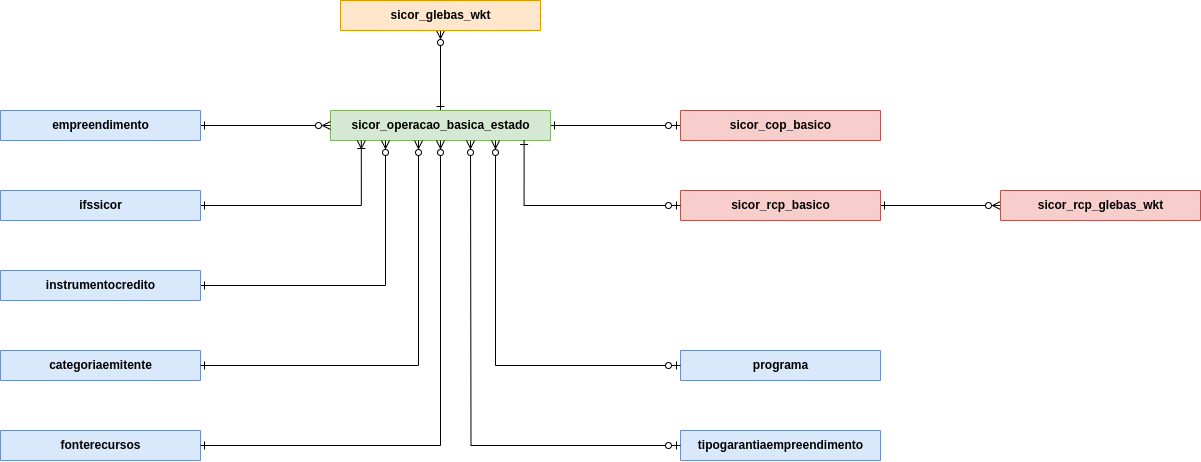
The draw.io diagram _images/modelo-dados-simplificado.png in geo-credito-rural/geo-credito-rural.github.io, before a commit. Source tidied: cells renumbered, new cells last; positions are measured from the earlier drawing's top-left corner, leaving out a move shared by most shapes.
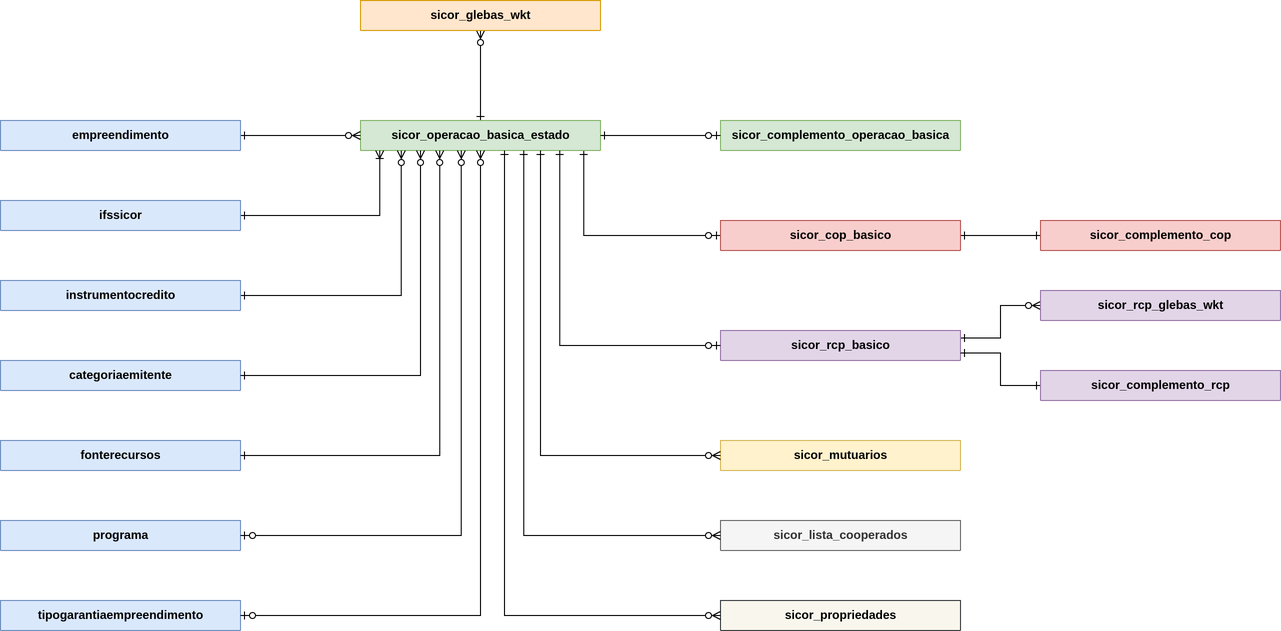
Above is the later version.

What changed in the source:
```diff
@@ -5,74 +5,108 @@
     <mxCell id="2" style="edgeStyle=orthogonalEdgeStyle;rounded=0;jettySize=auto;html=1;endArrow=ERzeroToMany;endFill=0;startArrow=ERone;startFill=0;" parent="1" edge="1" source="4" target="17">
       <mxGeometry relative="1" as="geometry" />
     </mxCell>
-    <mxCell id="3" style="edgeStyle=orthogonalEdgeStyle;rounded=0;jettySize=auto;html=1;exitX=1;exitY=0.5;exitDx=0;exitDy=0;exitPerimeter=0;entryX=0;entryY=0.5;entryDx=0;entryDy=0;endArrow=ERzeroToOne;endFill=0;startArrow=ERone;startFill=0;" parent="1" edge="1" source="4" target="19">
+    <mxCell id="3" style="edgeStyle=orthogonalEdgeStyle;rounded=0;jettySize=auto;html=1;entryX=0;entryY=0.5;entryDx=0;entryDy=0;endArrow=ERzeroToOne;endFill=0;startArrow=ERone;startFill=0;exitX=0.93;exitY=1;exitDx=0;exitDy=0;exitPerimeter=0;" parent="1" edge="1" source="4" target="24">
       <mxGeometry relative="1" as="geometry" />
     </mxCell>
-    <mxCell id="4" value="sicor_operacao_basica_estado" style="shape=table;startSize=30;rowLines=0;fontStyle=1;align=center;html=1;fillColor=#d5e8d4;strokeColor=#82b366;points=[[0,0,0,0,0],[0,0.25,0,0,0],[0,0.5,0,0,0],[0,0.75,0,0,0],[0,1,0,0,0],[0.14,1,0,0,0],[0.25,0,0,0,0],[0.25,1,0,0,0],[0.4,1,0,0,0],[0.5,0,0,0,0],[0.5,1,0,0,0],[0.63,1,0,0,0],[0.75,0,0,0,0],[0.75,1,0,0,0],[0.88,1,0,0,0],[1,0,0,0,0],[1,0.25,0,0,0],[1,0.5,0,0,0],[1,0.75,0,0,0],[1,1,0,0,0]];" parent="1" vertex="1" collapsed="1">
-      <mxGeometry x="330" y="110" width="220" height="30" as="geometry" />
+    <mxCell id="4" value="sicor_operacao_basica_estado" style="shape=table;startSize=30;rowLines=0;fontStyle=1;align=center;html=1;fillColor=#d5e8d4;strokeColor=#82b366;points=[[0,0,0,0,0],[0,0.25,0,0,0],[0,0.5,0,0,0],[0,0.75,0,0,0],[0,1,0,0,0],[0.08,0,0,0,0],[0.08,1,0,0,0],[0.17,0,0,0,0],[0.17,1,0,0,0],[0.25,0,0,0,0],[0.25,1,0,0,0],[0.33,0,0,0,0],[0.33,1,0,0,0],[0.42,0,0,0,0],[0.42,1,0,0,0],[0.5,0,0,0,0],[0.5,1,0,0,0],[0.59,0,0,0,0],[0.6,1,0,0,0],[0.67,0,0,0,0],[0.68,1,0,0,0],[0.75,0,0,0,0],[0.75,1,0,0,0],[0.83,0,0,0,0],[0.83,1,0,0,0],[0.93,0,0,0,0],[0.93,1,0,0,0],[1,0,0,0,0],[1,0.25,0,0,0],[1,0.5,0,0,0],[1,0.75,0,0,0],[1,1,0,0,0]];" parent="1" vertex="1" collapsed="1">
+      <mxGeometry x="320" y="110" width="240" height="30" as="geometry" />
     </mxCell>
     <mxCell id="5" value="ifssicor" style="shape=table;startSize=30;rowLines=0;fontStyle=1;align=center;html=1;fillColor=#dae8fc;strokeColor=#6c8ebf;" parent="1" vertex="1" collapsed="1">
-      <mxGeometry y="190" width="200" height="30" as="geometry" />
+      <mxGeometry x="-40" y="190" width="240" height="30" as="geometry" />
     </mxCell>
     <mxCell id="6" style="edgeStyle=orthogonalEdgeStyle;rounded=0;jettySize=auto;html=1;entryX=0;entryY=0.5;entryDx=0;entryDy=0;endArrow=ERzeroToMany;endFill=0;startArrow=ERone;startFill=0;" parent="1" edge="1" source="7" target="4">
       <mxGeometry relative="1" as="geometry" />
     </mxCell>
     <mxCell id="7" value="empreendimento" style="shape=table;startSize=30;rowLines=0;fontStyle=1;align=center;html=1;fillColor=#dae8fc;strokeColor=#6c8ebf;" parent="1" vertex="1" collapsed="1">
-      <mxGeometry y="110" width="200" height="30" as="geometry" />
+      <mxGeometry x="-40" y="110" width="240" height="30" as="geometry" />
     </mxCell>
-    <mxCell id="8" style="edgeStyle=orthogonalEdgeStyle;rounded=0;jettySize=auto;html=1;exitX=1;exitY=0.5;exitDx=0;exitDy=0;entryX=0.25;entryY=1;entryDx=0;entryDy=0;endArrow=ERzeroToMany;endFill=0;startArrow=ERone;startFill=0;entryPerimeter=0;" parent="1" edge="1" source="9" target="4">
+    <mxCell id="8" style="edgeStyle=orthogonalEdgeStyle;rounded=0;jettySize=auto;html=1;exitX=1;exitY=0.5;exitDx=0;exitDy=0;entryX=0.17;entryY=1;entryDx=0;entryDy=0;endArrow=ERzeroToMany;endFill=0;startArrow=ERone;startFill=0;entryPerimeter=0;" parent="1" edge="1" source="9" target="4">
       <mxGeometry relative="1" as="geometry" />
     </mxCell>
     <mxCell id="9" value="instrumentocredito" style="shape=table;startSize=30;rowLines=0;fontStyle=1;align=center;html=1;fillColor=#dae8fc;strokeColor=#6c8ebf;" parent="1" vertex="1" collapsed="1">
-      <mxGeometry y="270" width="200" height="30" as="geometry" />
+      <mxGeometry x="-40" y="270" width="240" height="30" as="geometry" />
     </mxCell>
     <mxCell id="10" value="categoriaemitente" style="shape=table;startSize=30;rowLines=0;fontStyle=1;align=center;html=1;fillColor=#dae8fc;strokeColor=#6c8ebf;" parent="1" vertex="1" collapsed="1">
-      <mxGeometry y="350" width="200" height="30" as="geometry" />
+      <mxGeometry x="-40" y="350" width="240" height="30" as="geometry" />
     </mxCell>
-    <mxCell id="11" style="edgeStyle=orthogonalEdgeStyle;rounded=0;jettySize=auto;html=1;exitX=1;exitY=0.5;exitDx=0;exitDy=0;entryX=0.4;entryY=1;entryDx=0;entryDy=0;entryPerimeter=0;startArrow=ERone;startFill=0;endArrow=ERzeroToMany;endFill=0;" parent="1" edge="1" source="10" target="4">
+    <mxCell id="11" style="edgeStyle=orthogonalEdgeStyle;rounded=0;jettySize=auto;html=1;exitX=1;exitY=0.5;exitDx=0;exitDy=0;entryX=0.25;entryY=1;entryDx=0;entryDy=0;entryPerimeter=0;startArrow=ERone;startFill=0;endArrow=ERzeroToMany;endFill=0;" parent="1" edge="1" source="10" target="4">
       <mxGeometry relative="1" as="geometry" />
     </mxCell>
     <mxCell id="12" value="fonterecursos" style="shape=table;startSize=30;rowLines=0;fontStyle=1;align=center;html=1;fillColor=#dae8fc;strokeColor=#6c8ebf;" parent="1" vertex="1" collapsed="1">
-      <mxGeometry y="430" width="200" height="30" as="geometry" />
+      <mxGeometry x="-40" y="430" width="240" height="30" as="geometry" />
     </mxCell>
-    <mxCell id="13" style="edgeStyle=orthogonalEdgeStyle;rounded=0;jettySize=auto;html=1;exitX=1;exitY=0.5;exitDx=0;exitDy=0;startArrow=ERone;startFill=0;endArrow=ERzeroToMany;endFill=0;entryX=0.5;entryY=1;entryDx=0;entryDy=0;entryPerimeter=0;" parent="1" edge="1" source="12" target="4">
+    <mxCell id="13" style="edgeStyle=orthogonalEdgeStyle;rounded=0;jettySize=auto;html=1;exitX=1;exitY=0.5;exitDx=0;exitDy=0;startArrow=ERone;startFill=0;endArrow=ERzeroToMany;endFill=0;entryX=0.33;entryY=1;entryDx=0;entryDy=0;entryPerimeter=0;" parent="1" edge="1" source="12" target="4">
       <mxGeometry relative="1" as="geometry">
         <Array as="points">
-          <mxPoint x="440" y="445" />
+          <mxPoint x="399" y="445" />
         </Array>
       </mxGeometry>
     </mxCell>
     <mxCell id="14" value="tipogarantiaempreendimento" style="shape=table;startSize=30;rowLines=0;fontStyle=1;align=center;html=1;fillColor=#dae8fc;strokeColor=#6c8ebf;" parent="1" vertex="1" collapsed="1">
-      <mxGeometry x="680" y="430" width="200" height="30" as="geometry" />
+      <mxGeometry x="-40" y="590" width="240" height="30" as="geometry" />
     </mxCell>
     <mxCell id="15" value="programa" style="shape=table;startSize=30;rowLines=0;fontStyle=1;align=center;html=1;fillColor=#dae8fc;strokeColor=#6c8ebf;" parent="1" vertex="1" collapsed="1">
-      <mxGeometry x="680" y="350" width="200" height="30" as="geometry" />
+      <mxGeometry x="-40" y="510" width="240" height="30" as="geometry" />
     </mxCell>
-    <mxCell id="16" style="edgeStyle=orthogonalEdgeStyle;rounded=0;jettySize=auto;html=1;entryX=0.75;entryY=1;entryDx=0;entryDy=0;entryPerimeter=0;startArrow=ERzeroToOne;startFill=0;endArrow=ERzeroToMany;endFill=0;" parent="1" edge="1" source="15" target="4">
+    <mxCell id="16" style="edgeStyle=orthogonalEdgeStyle;rounded=0;jettySize=auto;html=1;entryX=0.42;entryY=1;entryDx=0;entryDy=0;entryPerimeter=0;startArrow=ERzeroToOne;startFill=0;endArrow=ERzeroToMany;endFill=0;" parent="1" edge="1" source="15" target="4">
       <mxGeometry relative="1" as="geometry" />
     </mxCell>
     <mxCell id="17" value="sicor_glebas_wkt" style="shape=table;startSize=30;rowLines=0;fontStyle=1;align=center;html=1;fillColor=#ffe6cc;strokeColor=#d79b00;" parent="1" vertex="1" collapsed="1">
-      <mxGeometry x="340" width="200" height="30" as="geometry" />
+      <mxGeometry x="320" y="-10" width="240" height="30" as="geometry" />
     </mxCell>
-    <mxCell id="18" style="edgeStyle=orthogonalEdgeStyle;rounded=0;jettySize=auto;html=1;startArrow=ERzeroToOne;startFill=0;endArrow=ERzeroToMany;endFill=0;" parent="1" edge="1" source="14">
-      <mxGeometry relative="1" as="geometry">
-        <mxPoint x="470" y="140" as="targetPoint" />
-      </mxGeometry>
+    <mxCell id="18" style="edgeStyle=orthogonalEdgeStyle;rounded=0;jettySize=auto;html=1;startArrow=ERzeroToOne;startFill=0;endArrow=ERzeroToMany;endFill=0;entryX=0.5;entryY=1;entryDx=0;entryDy=0;entryPerimeter=0;" parent="1" edge="1" source="14" target="4">
+      <mxGeometry relative="1" as="geometry" />
     </mxCell>
-    <mxCell id="19" value="sicor_cop_basico" style="shape=table;startSize=30;rowLines=0;fontStyle=1;align=center;html=1;fillColor=#f8cecc;strokeColor=#b85450;" parent="1" vertex="1" collapsed="1">
-      <mxGeometry x="680" y="110" width="200" height="30" as="geometry" />
+    <mxCell id="19" style="edgeStyle=orthogonalEdgeStyle;rounded=0;jettySize=auto;html=1;exitX=1;exitY=0.5;exitDx=0;exitDy=0;entryX=0;entryY=0.5;entryDx=0;entryDy=0;startArrow=ERone;startFill=0;endArrow=ERone;endFill=0;" parent="1" edge="1" source="24" target="29">
+      <mxGeometry relative="1" as="geometry" />
     </mxCell>
-    <mxCell id="20" style="edgeStyle=orthogonalEdgeStyle;rounded=0;jettySize=auto;html=1;exitX=1;exitY=0.5;exitDx=0;exitDy=0;entryX=0;entryY=0.5;entryDx=0;entryDy=0;startArrow=ERone;startFill=0;endArrow=ERzeroToMany;endFill=0;" parent="1" edge="1" source="21" target="22">
-      <mxGeometry relative="1" as="geometry" />
-    </mxCell>
+    <mxCell id="24" value="sicor_cop_basico" style="shape=table;startSize=30;rowLines=0;fontStyle=1;align=center;html=1;fillColor=#f8cecc;strokeColor=#b85450;" parent="1" vertex="1" collapsed="1">
+      <mxGeometry x="680" y="210" width="240" height="30" as="geometry" />
+    </mxCell>
-    <mxCell id="21" value="sicor_rcp_basico" style="shape=table;startSize=30;rowLines=0;fontStyle=1;align=center;html=1;fillColor=#f8cecc;strokeColor=#b85450;" parent="1" vertex="1" collapsed="1">
-      <mxGeometry x="680" y="190" width="200" height="30" as="geometry" />
+    <mxCell id="21" style="edgeStyle=orthogonalEdgeStyle;rounded=0;jettySize=auto;html=1;exitX=1;exitY=0.25;exitDx=0;exitDy=0;entryX=0;entryY=0.5;entryDx=0;entryDy=0;startArrow=ERone;startFill=0;endArrow=ERzeroToMany;endFill=0;" parent="1" edge="1" source="25" target="22">
+      <mxGeometry relative="1" as="geometry" />
     </mxCell>
+    <mxCell id="25" value="sicor_rcp_basico" style="shape=table;startSize=30;rowLines=0;fontStyle=1;align=center;html=1;fillColor=#e1d5e7;strokeColor=#9673a6;" parent="1" vertex="1" collapsed="1">
+      <mxGeometry x="680" y="320" width="240" height="30" as="geometry" />
+    </mxCell>
-    <mxCell id="22" value="sicor_rcp_glebas_wkt" style="shape=table;startSize=30;rowLines=0;fontStyle=1;align=center;html=1;fillColor=#f8cecc;strokeColor=#b85450;" parent="1" vertex="1" collapsed="1">
-      <mxGeometry x="1000" y="190" width="200" height="30" as="geometry" />
+    <mxCell id="22" value="sicor_rcp_glebas_wkt" style="shape=table;startSize=30;rowLines=0;fontStyle=1;align=center;html=1;fillColor=#e1d5e7;strokeColor=#9673a6;" parent="1" vertex="1" collapsed="1">
+      <mxGeometry x="1000" y="280" width="240" height="30" as="geometry" />
     </mxCell>
-    <mxCell id="23" style="edgeStyle=orthogonalEdgeStyle;rounded=0;jettySize=auto;html=1;entryX=0.88;entryY=1;entryDx=0;entryDy=0;entryPerimeter=0;endArrow=ERone;endFill=0;startArrow=ERzeroToOne;startFill=0;" parent="1" edge="1" source="21" target="4">
-      <mxGeometry relative="1" as="geometry" />
-    </mxCell>
+    <mxCell id="26" style="edgeStyle=orthogonalEdgeStyle;rounded=0;jettySize=auto;html=1;endArrow=ERone;endFill=0;startArrow=ERzeroToOne;startFill=0;entryX=0.83;entryY=1;entryDx=0;entryDy=0;entryPerimeter=0;" parent="1" edge="1" source="25" target="4">
+      <mxGeometry relative="1" as="geometry" />
+    </mxCell>
+    <mxCell id="27" value="sicor_complemento_operacao_basica" style="shape=table;startSize=30;rowLines=0;fontStyle=1;align=center;html=1;fillColor=#d5e8d4;strokeColor=#82b366;points=[[0,0,0,0,0],[0,0.25,0,0,0],[0,0.5,0,0,0],[0,0.75,0,0,0],[0,1,0,0,0],[0.14,1,0,0,0],[0.25,0,0,0,0],[0.25,1,0,0,0],[0.4,1,0,0,0],[0.5,0,0,0,0],[0.5,1,0,0,0],[0.63,1,0,0,0],[0.75,0,0,0,0],[0.75,1,0,0,0],[0.88,1,0,0,0],[1,0,0,0,0],[1,0.25,0,0,0],[1,0.5,0,0,0],[1,0.75,0,0,0],[1,1,0,0,0]];" parent="1" vertex="1" collapsed="1">
+      <mxGeometry x="680" y="110" width="240" height="30" as="geometry" />
+    </mxCell>
+    <mxCell id="28" style="edgeStyle=orthogonalEdgeStyle;rounded=0;jettySize=auto;html=1;exitX=0;exitY=0.5;exitDx=0;exitDy=0;exitPerimeter=0;entryX=1;entryY=0.5;entryDx=0;entryDy=0;entryPerimeter=0;endArrow=ERone;endFill=0;startArrow=ERzeroToOne;startFill=0;" parent="1" edge="1" source="27" target="4">
+      <mxGeometry relative="1" as="geometry" />
+    </mxCell>
+    <mxCell id="29" value="sicor_complemento_cop" style="shape=table;startSize=30;rowLines=0;fontStyle=1;align=center;html=1;fillColor=#f8cecc;strokeColor=#b85450;" parent="1" vertex="1" collapsed="1">
+      <mxGeometry x="1000" y="210" width="240" height="30" as="geometry" />
+    </mxCell>
+    <mxCell id="30" style="edgeStyle=orthogonalEdgeStyle;rounded=0;jettySize=auto;html=1;entryX=1;entryY=0.75;entryDx=0;entryDy=0;endArrow=ERone;endFill=0;startArrow=ERone;startFill=0;" parent="1" edge="1" source="31" target="25">
+      <mxGeometry relative="1" as="geometry" />
+    </mxCell>
+    <mxCell id="31" value="sicor_complemento_rcp" style="shape=table;startSize=30;rowLines=0;fontStyle=1;align=center;html=1;fillColor=#e1d5e7;strokeColor=#9673a6;" parent="1" vertex="1" collapsed="1">
+      <mxGeometry x="1000" y="360" width="240" height="30" as="geometry" />
+    </mxCell>
+    <mxCell id="32" value="sicor_mutuarios" style="shape=table;startSize=30;rowLines=0;fontStyle=1;align=center;html=1;fillColor=#fff2cc;strokeColor=#d6b656;" parent="1" vertex="1" collapsed="1">
+      <mxGeometry x="680" y="430" width="240" height="30" as="geometry" />
+    </mxCell>
+    <mxCell id="33" value="sicor_propriedades" style="shape=table;startSize=30;rowLines=0;fontStyle=1;align=center;html=1;fillColor=#f9f7ed;strokeColor=#36393d;" parent="1" vertex="1" collapsed="1">
+      <mxGeometry x="680" y="590" width="240" height="30" as="geometry" />
+    </mxCell>
+    <mxCell id="34" style="edgeStyle=orthogonalEdgeStyle;rounded=0;jettySize=auto;html=1;exitX=0;exitY=0.5;exitDx=0;exitDy=0;startArrow=ERzeroToMany;startFill=0;endArrow=ERone;endFill=0;entryX=0.75;entryY=1;entryDx=0;entryDy=0;entryPerimeter=0;" parent="1" edge="1" source="32" target="4">
+      <mxGeometry relative="1" as="geometry" />
+    </mxCell>
+    <mxCell id="35" style="edgeStyle=orthogonalEdgeStyle;rounded=0;jettySize=auto;html=1;exitX=0;exitY=0.5;exitDx=0;exitDy=0;startArrow=ERzeroToMany;startFill=0;endArrow=ERone;endFill=0;entryX=0.6;entryY=1;entryDx=0;entryDy=0;entryPerimeter=0;" parent="1" edge="1" source="33" target="4">
+      <mxGeometry relative="1" as="geometry" />
+    </mxCell>
+    <mxCell id="36" value="sicor_lista_cooperados" style="shape=table;startSize=30;rowLines=0;fontStyle=1;align=center;html=1;fillColor=#f5f5f5;strokeColor=#666666;fontColor=#333333;" parent="1" vertex="1" collapsed="1">
+      <mxGeometry x="680" y="510" width="240" height="30" as="geometry" />
+    </mxCell>
+    <mxCell id="37" style="edgeStyle=orthogonalEdgeStyle;rounded=0;jettySize=auto;html=1;entryX=0.68;entryY=1;entryDx=0;entryDy=0;entryPerimeter=0;startArrow=ERzeroToMany;startFill=0;endArrow=ERone;endFill=0;" parent="1" edge="1" source="36" target="4">
+      <mxGeometry relative="1" as="geometry" />
+    </mxCell>
   </root>
 </mxGraphModel>
```
